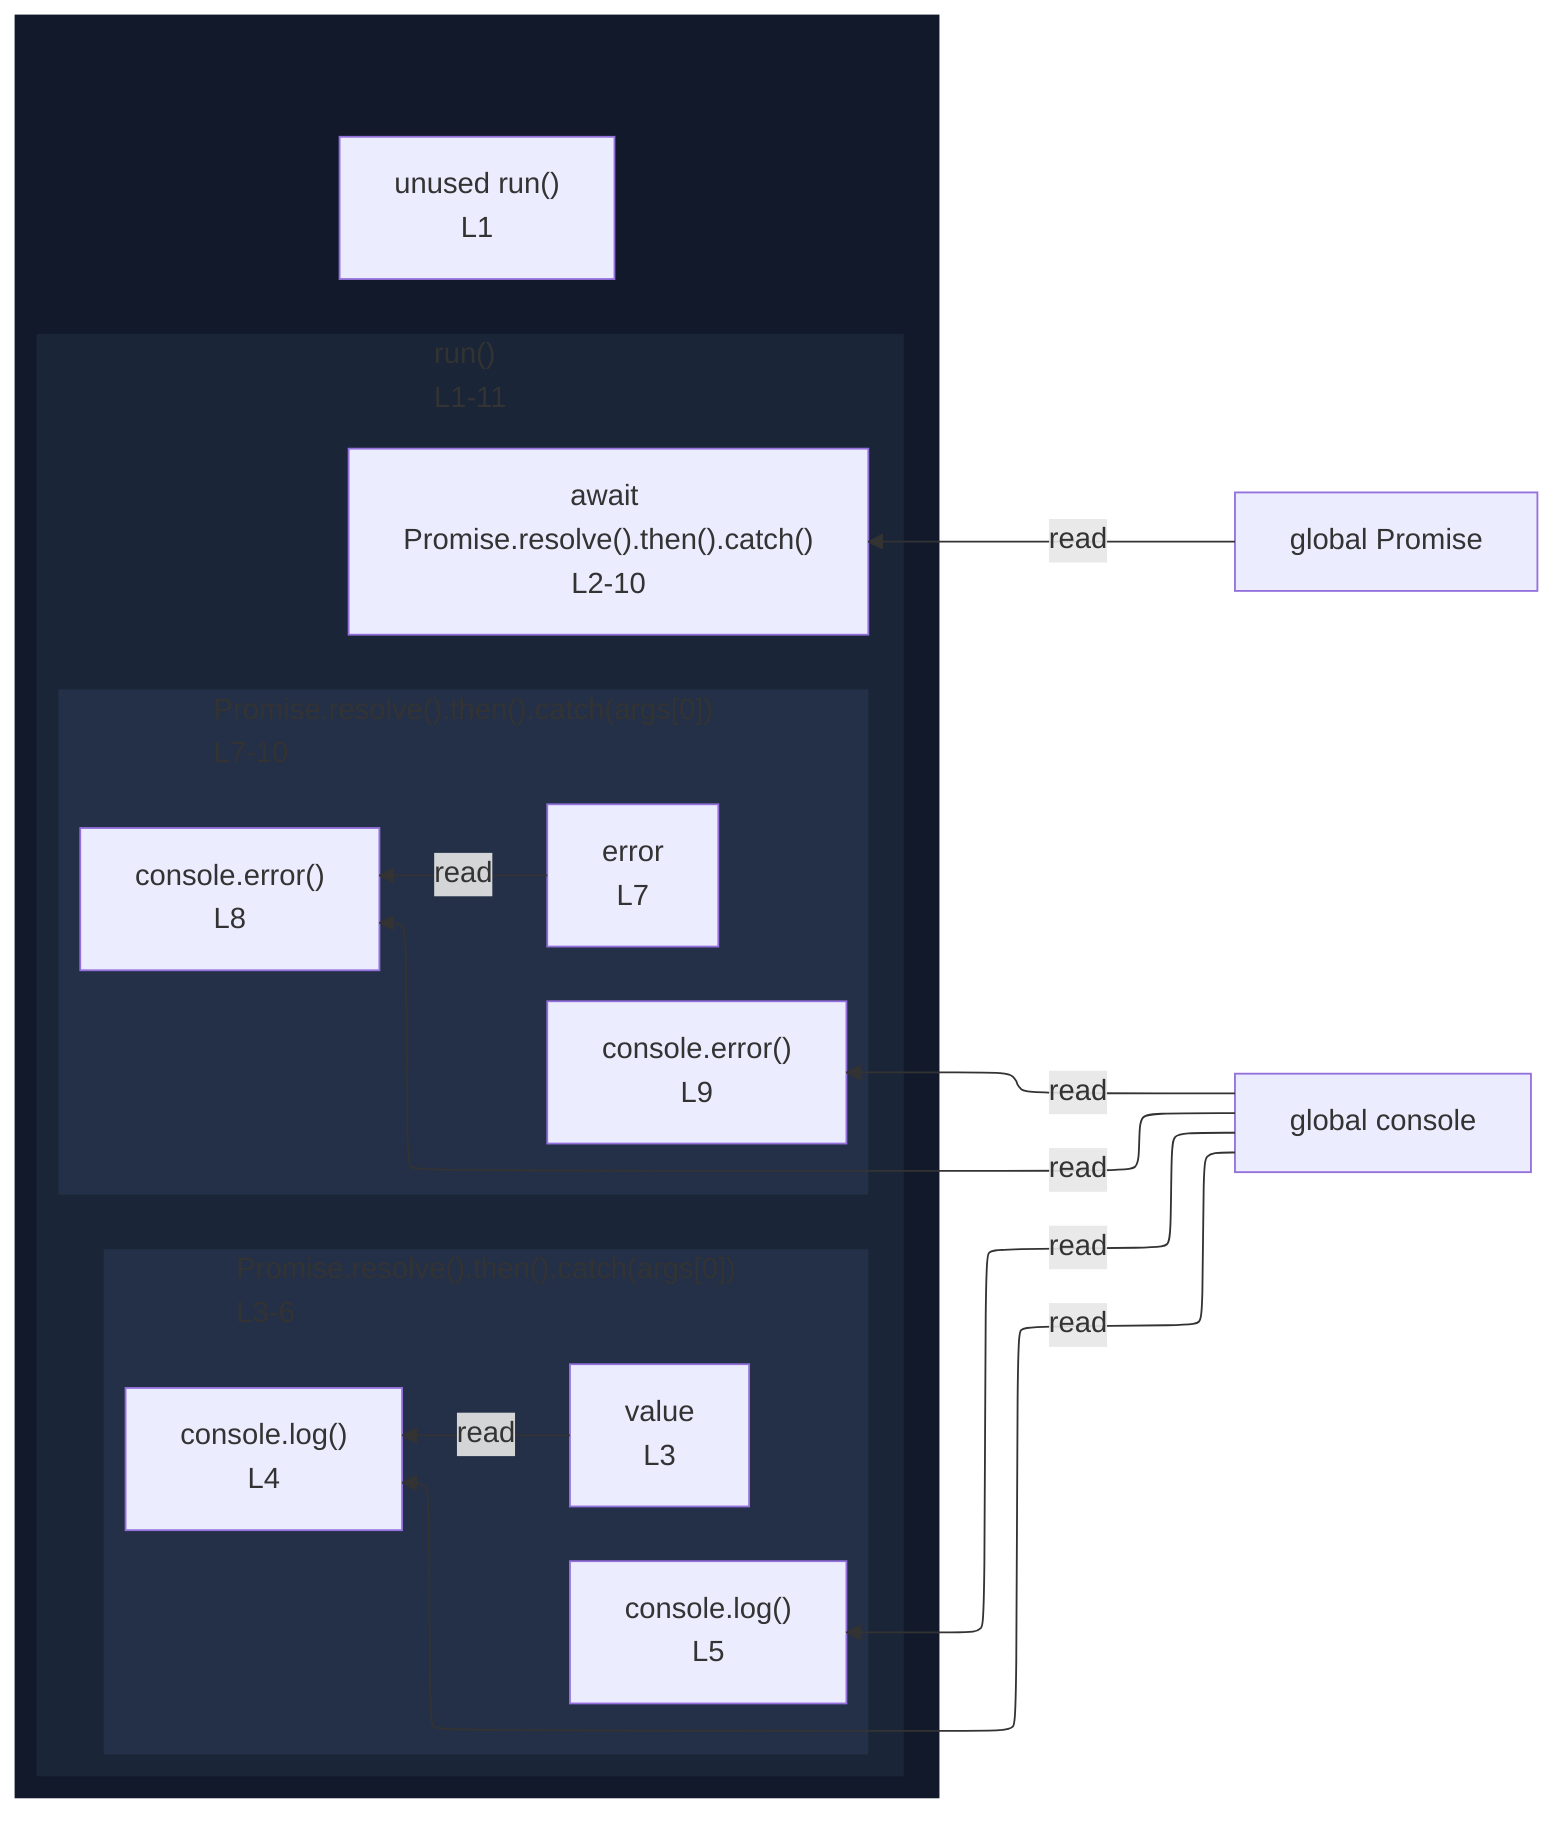
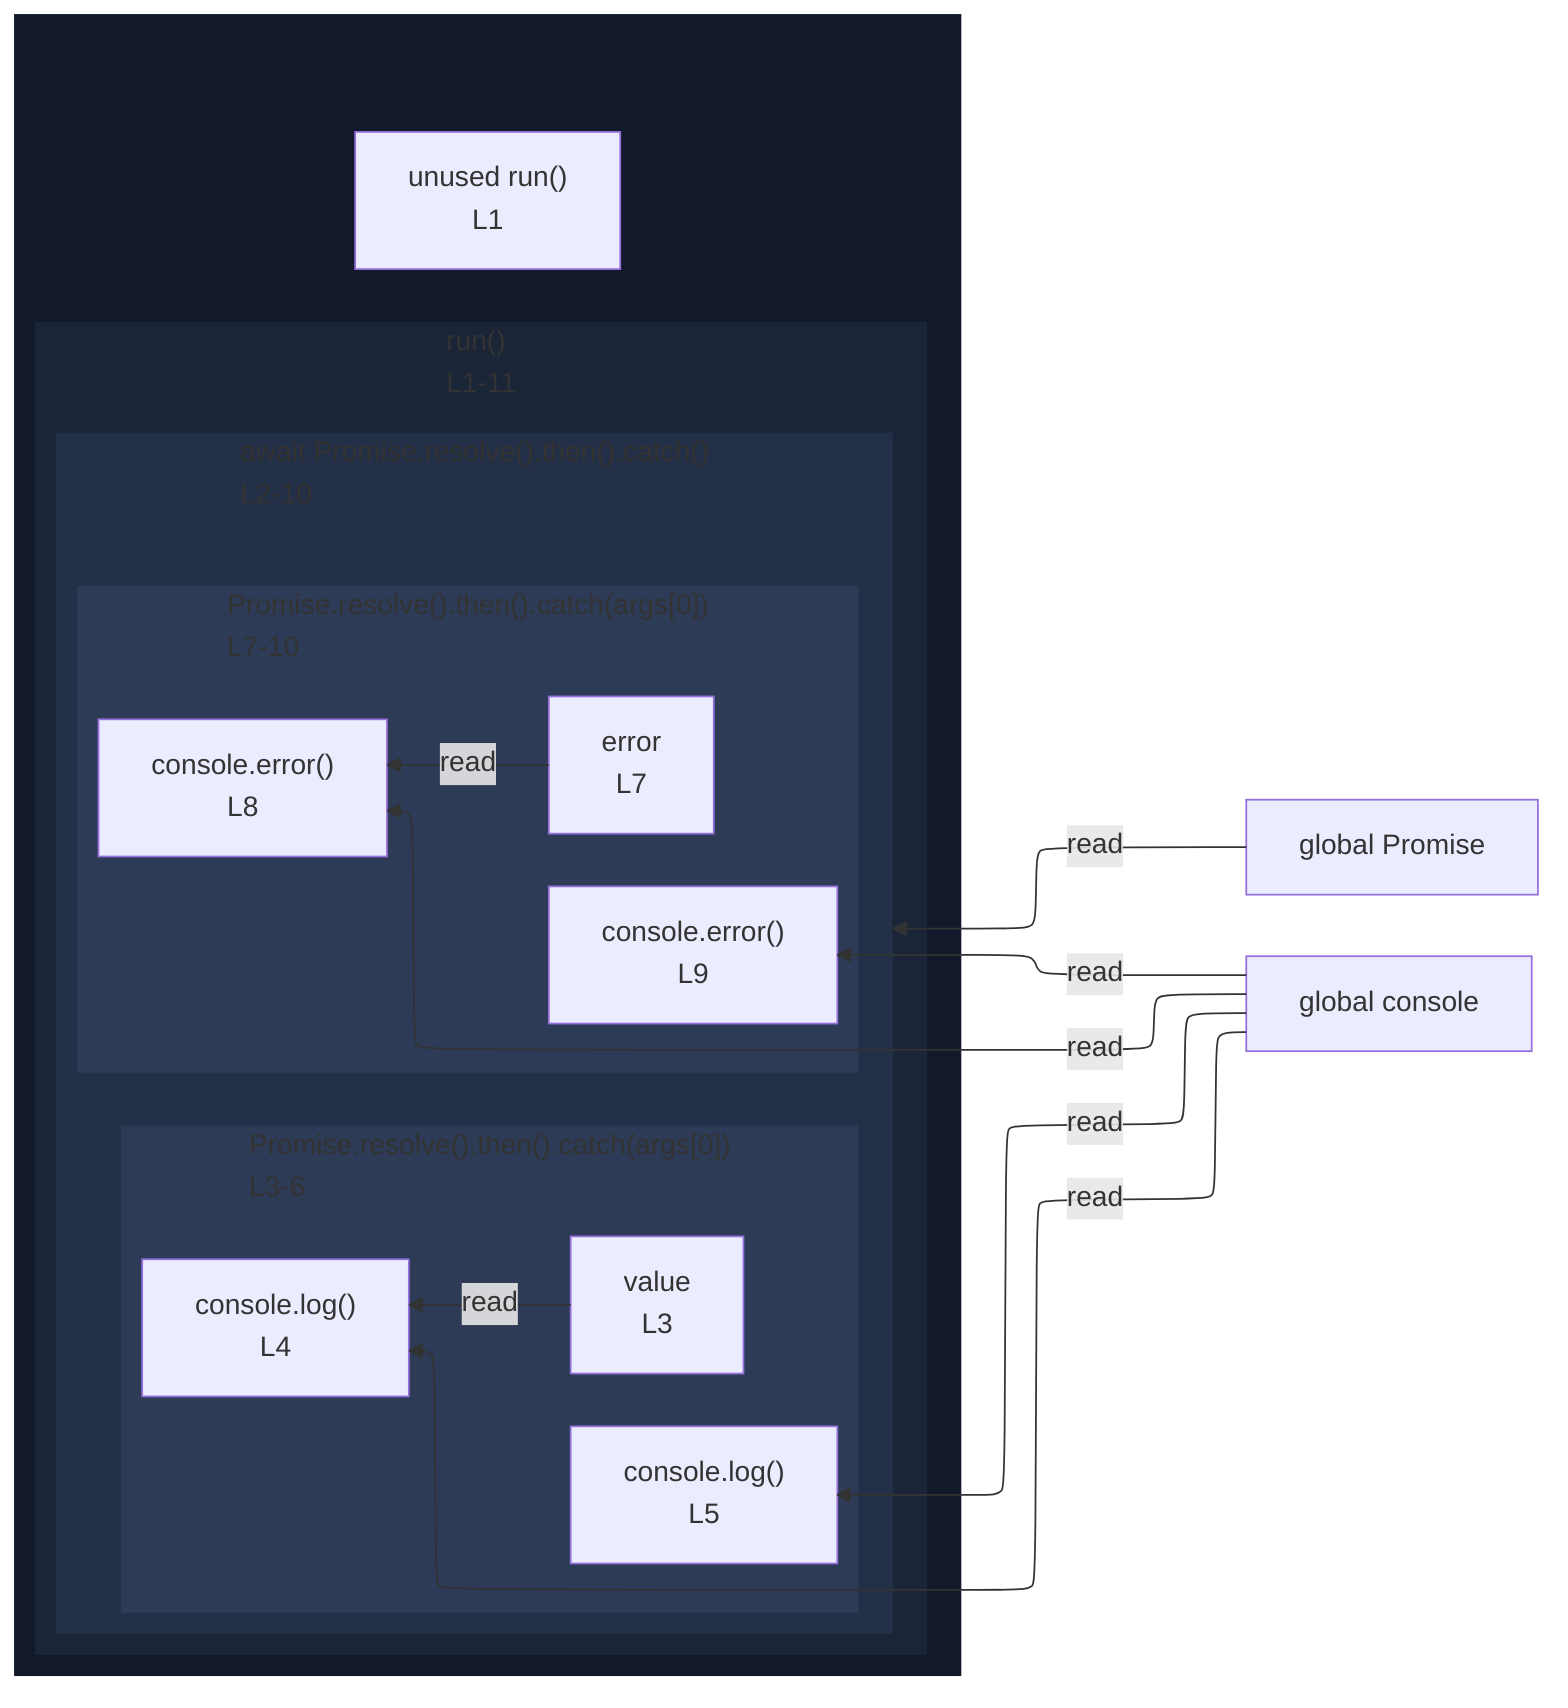
%%{init: {"flowchart": {"defaultRenderer": "elk"}}}%%
flowchart RL
  n_scope_0_Promise_53["global Promise"]
  n_scope_0_console_100["global console"]
  subgraph wrap_s_scope_1[" "]
    direction TB
    n_scope_0_run_22["unused run()<br/>L1"]
    subgraph s_scope_1["run()<br/>L1-11"]
      direction RL
-       expr_stmt_47["await Promise.resolve().then().catch()<br/>L2-10"]
-       subgraph s_scope_2["Promise.resolve().then().catch(args[0])<br/>L3-6"]
+       subgraph expr_stmt_47["await Promise.resolve().then().catch()<br/>L2-10"]
        direction RL
-         n_scope_2_value_82["value<br/>L3"]
-         expr_stmt_100["console.log()<br/>L4"]
-         expr_stmt_142["console.log()<br/>L5"]
-       end
-       subgraph s_scope_3["Promise.resolve().then().catch(args[0])<br/>L7-10"]
-         direction RL
-         n_scope_3_error_202["error<br/>L7"]
-         expr_stmt_220["console.error()<br/>L8"]
-         expr_stmt_265["console.error()<br/>L9"]
+         subgraph s_scope_2["Promise.resolve().then().catch(args[0])<br/>L3-6"]
+           direction RL
+           n_scope_2_value_82["value<br/>L3"]
+           expr_stmt_100["console.log()<br/>L4"]
+           expr_stmt_142["console.log()<br/>L5"]
+         end
+         subgraph s_scope_3["Promise.resolve().then().catch(args[0])<br/>L7-10"]
+           direction RL
+           n_scope_3_error_202["error<br/>L7"]
+           expr_stmt_220["console.error()<br/>L8"]
+           expr_stmt_265["console.error()<br/>L9"]
+         end
      end
    end
  end
  n_scope_0_Promise_53 -->|read| expr_stmt_47
  n_scope_0_console_100 -->|read| expr_stmt_100
  n_scope_2_value_82 -->|read| expr_stmt_100
  n_scope_0_console_100 -->|read| expr_stmt_142
  n_scope_0_console_100 -->|read| expr_stmt_220
  n_scope_3_error_202 -->|read| expr_stmt_220
  n_scope_0_console_100 -->|read| expr_stmt_265
  classDef nestL1 fill:#11192a,stroke:transparent;
  class wrap_s_scope_1 nestL1;
  classDef nestL2 fill:#1a2538,stroke:transparent;
  class s_scope_1 nestL2;
  classDef nestL3 fill:#243047,stroke:transparent;
-   class s_scope_2 nestL3;
-   class s_scope_3 nestL3;
+   class expr_stmt_47 nestL3;
+   classDef nestL4 fill:#2d3b57,stroke:transparent;
+   class s_scope_2 nestL4;
+   class s_scope_3 nestL4;
